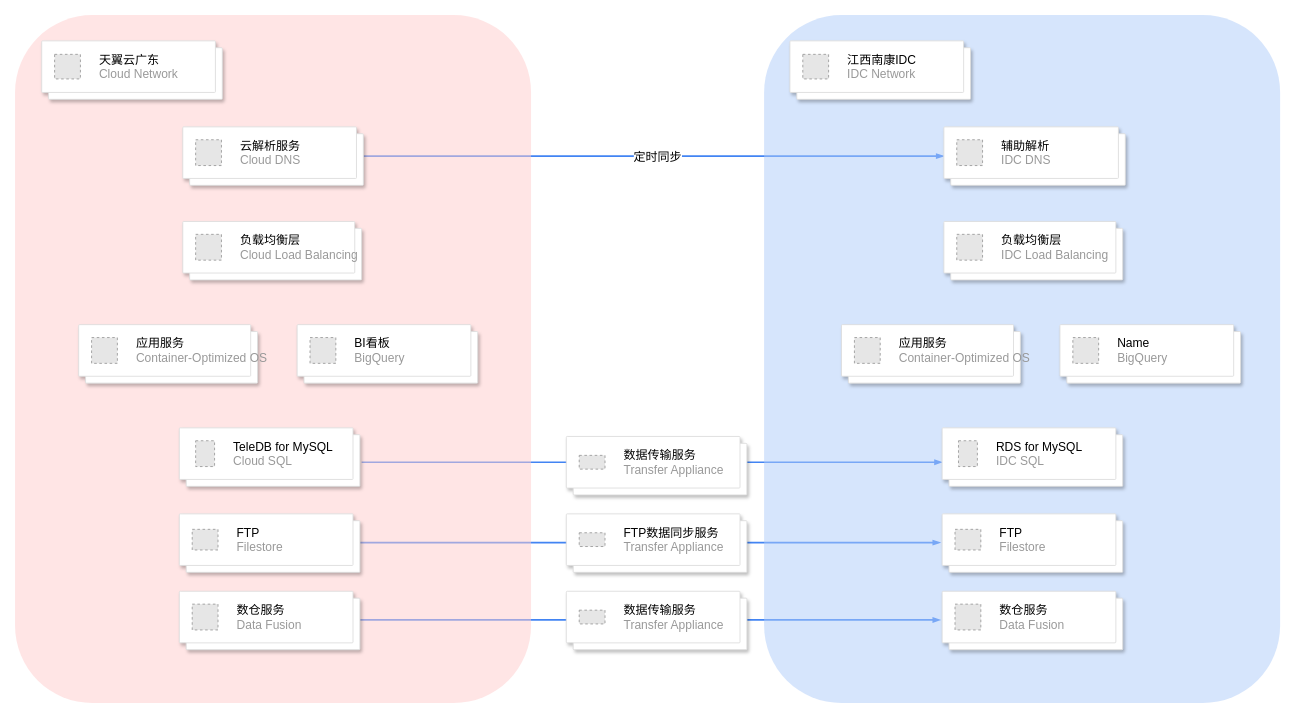
Before: page "第 1 页" (1 of 2) of 洋臣架构.drawio in MyselfblueKAMI/drawpub, a draw.io diagram. Source tidied: cells renumbered, new cells numbered last; positions are measured from the earlier drawing's top-left corner, leaving out a move shared by most shapes. Both pictures are drawn from the tidied source at 86%, with x=0, y=0 at pixel (15, 15). Pictures stored in the file or linked from it are replaced by grey dashed boxes.
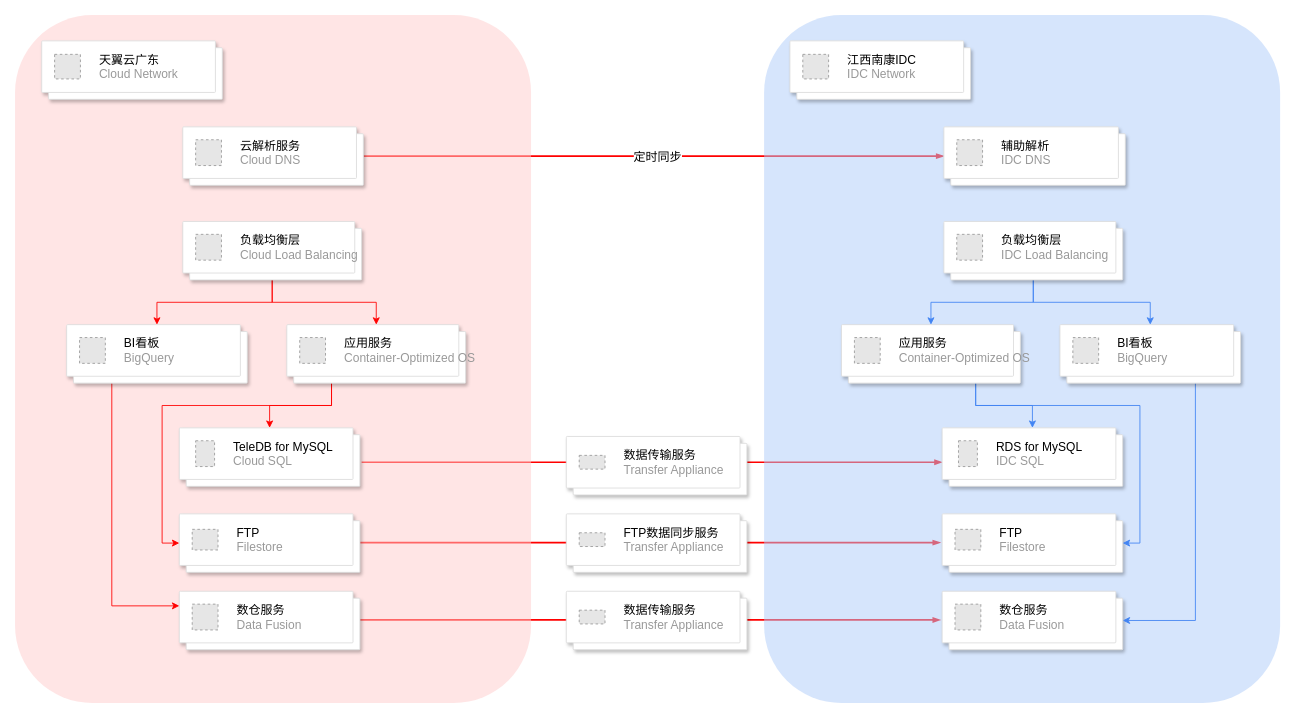
After the change.

Commit message (it also covers changes not shown here):
更新洋臣架构.drawio

Unchanged cells that the change refers to:
```xml
<mxCell id="2" style="group;" parent="1" vertex="1">
  <mxGeometry width="1471" height="800" as="geometry" />
</mxCell>
<mxCell id="10" style="shape=mxgraph.gcp2.doubleRect;fillColor=#ffffff;strokeColor=#dddddd;shadow=1;strokeWidth=1;rounded=1;absoluteArcSize=1;arcSize=2;fontSize=14;" parent="2" vertex="1">
  <mxGeometry x="195" y="130" width="210" height="68" as="geometry" />
</mxCell>
<mxCell id="14" style="shape=mxgraph.gcp2.doubleRect;fillColor=#ffffff;strokeColor=#dddddd;shadow=1;strokeWidth=1;rounded=1;absoluteArcSize=1;arcSize=2;fontSize=14;" parent="2" vertex="1">
  <mxGeometry x="195" y="240" width="208" height="68" as="geometry" />
</mxCell>
<mxCell id="16" style="shape=mxgraph.gcp2.doubleRect;fillColor=#ffffff;strokeColor=#dddddd;shadow=1;strokeWidth=1;rounded=1;absoluteArcSize=1;arcSize=2;fontSize=14;" parent="2" vertex="1">
  <mxGeometry x="191" y="480" width="210" height="68" as="geometry" />
</mxCell>
<mxCell id="18" style="shape=mxgraph.gcp2.doubleRect;fillColor=#ffffff;strokeColor=#dddddd;shadow=1;strokeWidth=1;rounded=1;absoluteArcSize=1;arcSize=2;fontSize=14;" parent="2" vertex="1">
  <mxGeometry x="191" y="580" width="210" height="68" as="geometry" />
</mxCell>
<mxCell id="22" style="shape=mxgraph.gcp2.doubleRect;fillColor=#ffffff;strokeColor=#dddddd;shadow=1;strokeWidth=1;rounded=1;absoluteArcSize=1;arcSize=2;fontSize=14;" parent="2" vertex="1">
  <mxGeometry x="191" y="670" width="210" height="68" as="geometry" />
</mxCell>
<mxCell id="28" style="shape=mxgraph.gcp2.doubleRect;fillColor=#ffffff;strokeColor=#dddddd;shadow=1;strokeWidth=1;rounded=1;absoluteArcSize=1;arcSize=2;fontSize=14;" parent="2" vertex="1">
  <mxGeometry x="1080" y="240" width="208" height="68" as="geometry" />
</mxCell>
<mxCell id="30" style="shape=mxgraph.gcp2.doubleRect;fillColor=#ffffff;strokeColor=#dddddd;shadow=1;strokeWidth=1;rounded=1;absoluteArcSize=1;arcSize=2;fontSize=14;" parent="2" vertex="1">
  <mxGeometry x="1078" y="480" width="210" height="68" as="geometry" />
</mxCell>
<mxCell id="32" style="shape=mxgraph.gcp2.doubleRect;fillColor=#ffffff;strokeColor=#dddddd;shadow=1;strokeWidth=1;rounded=1;absoluteArcSize=1;arcSize=2;fontSize=14;" parent="2" vertex="1">
  <mxGeometry x="1078" y="580" width="210" height="68" as="geometry" />
</mxCell>
<mxCell id="34" style="shape=mxgraph.gcp2.doubleRect;fillColor=#ffffff;strokeColor=#dddddd;shadow=1;strokeWidth=1;rounded=1;absoluteArcSize=1;arcSize=2;fontSize=14;" parent="2" vertex="1">
  <mxGeometry x="961" y="360" width="208" height="68" as="geometry" />
</mxCell>
<mxCell id="36" style="shape=mxgraph.gcp2.doubleRect;fillColor=#ffffff;strokeColor=#dddddd;shadow=1;strokeWidth=1;rounded=1;absoluteArcSize=1;arcSize=2;fontSize=14;" parent="2" vertex="1">
  <mxGeometry x="1078" y="670" width="210" height="68" as="geometry" />
</mxCell>
<mxCell id="38" style="shape=mxgraph.gcp2.doubleRect;fillColor=#ffffff;strokeColor=#dddddd;shadow=1;strokeWidth=1;rounded=1;absoluteArcSize=1;arcSize=2;fontSize=14;" parent="2" vertex="1">
  <mxGeometry x="1215" y="360" width="210" height="68" as="geometry" />
</mxCell>
<mxCell id="42" style="shape=mxgraph.gcp2.doubleRect;fillColor=#ffffff;strokeColor=#dddddd;shadow=1;strokeWidth=1;rounded=1;absoluteArcSize=1;arcSize=2;fontSize=14;" parent="2" vertex="1">
  <mxGeometry x="1080" y="130" width="211" height="68" as="geometry" />
</mxCell>
```

What changed in the source:
```diff
@@
-    <mxCell id="3" style="edgeStyle=orthogonalEdgeStyle;fontSize=14;html=1;endArrow=blockThin;endFill=1;rounded=0;strokeWidth=2;endSize=4;startSize=4;dashed=0;strokeColor=#4284F3;exitX=1;exitY=0.5;exitDx=0;exitDy=0;entryX=0;entryY=0.5;entryDx=0;entryDy=0;" parent="2" edge="1" source="10" target="42">
+    <mxCell id="3" style="edgeStyle=orthogonalEdgeStyle;fontSize=14;html=1;endArrow=blockThin;endFill=1;rounded=0;strokeWidth=2;endSize=4;startSize=4;dashed=0;strokeColor=#FF0000;exitX=1;exitY=0.5;exitDx=0;exitDy=0;entryX=0;entryY=0.5;entryDx=0;entryDy=0;" parent="2" edge="1" source="10" target="42">
       <mxGeometry relative="1" as="geometry" />
     </mxCell>
@@
-    <mxCell id="5" style="edgeStyle=orthogonalEdgeStyle;fontSize=14;html=1;endArrow=blockThin;endFill=1;rounded=0;strokeWidth=2;endSize=4;startSize=4;dashed=0;strokeColor=#4284F3;exitX=1;exitY=0.5;exitDx=0;exitDy=0;entryX=0;entryY=0.5;entryDx=0;entryDy=0;" parent="2" edge="1">
+    <mxCell id="5" style="edgeStyle=orthogonalEdgeStyle;fontSize=14;html=1;endArrow=blockThin;endFill=1;rounded=0;strokeWidth=2;endSize=4;startSize=4;dashed=0;strokeColor=#FF0000;exitX=1;exitY=0.5;exitDx=0;exitDy=0;entryX=0;entryY=0.5;entryDx=0;entryDy=0;" parent="2" edge="1">
       <mxGeometry relative="1" as="geometry">
         <mxPoint x="401" y="703.4" as="sourcePoint" />
         <mxPoint x="1076" y="703.4" as="targetPoint" />
       </mxGeometry>
     </mxCell>
-    <mxCell id="6" style="edgeStyle=orthogonalEdgeStyle;fontSize=14;html=1;endArrow=blockThin;endFill=1;rounded=0;strokeWidth=2;endSize=4;startSize=4;dashed=0;strokeColor=#4284F3;exitX=1;exitY=0.5;exitDx=0;exitDy=0;entryX=0;entryY=0.5;entryDx=0;entryDy=0;" parent="2" edge="1">
+    <mxCell id="6" style="edgeStyle=orthogonalEdgeStyle;fontSize=14;html=1;endArrow=blockThin;endFill=1;rounded=0;strokeWidth=2;endSize=4;startSize=4;dashed=0;strokeColor=#FF0000;exitX=1;exitY=0.5;exitDx=0;exitDy=0;entryX=0;entryY=0.5;entryDx=0;entryDy=0;" parent="2" edge="1">
       <mxGeometry relative="1" as="geometry">
         <mxPoint x="403" y="520" as="sourcePoint" />
         <mxPoint x="1078" y="520" as="targetPoint" />
       </mxGeometry>
     </mxCell>
-    <mxCell id="7" style="edgeStyle=orthogonalEdgeStyle;fontSize=14;html=1;endArrow=blockThin;endFill=1;rounded=0;strokeWidth=2;endSize=4;startSize=4;dashed=0;strokeColor=#4284F3;exitX=1;exitY=0.5;exitDx=0;exitDy=0;entryX=0;entryY=0.5;entryDx=0;entryDy=0;" parent="2" edge="1">
+    <mxCell id="7" style="edgeStyle=orthogonalEdgeStyle;fontSize=14;html=1;endArrow=blockThin;endFill=1;rounded=0;strokeWidth=2;endSize=4;startSize=4;dashed=0;strokeColor=#FF0000;exitX=1;exitY=0.5;exitDx=0;exitDy=0;entryX=0;entryY=0.5;entryDx=0;entryDy=0;" parent="2" edge="1">
       <mxGeometry relative="1" as="geometry">
         <mxPoint x="401" y="613.4" as="sourcePoint" />
         <mxPoint x="1076" y="613.4" as="targetPoint" />
       </mxGeometry>
     </mxCell>
@@
+    <mxCell id="48" style="edgeStyle=orthogonalEdgeStyle;shape=connector;rounded=0;jettySize=auto;html=1;exitX=0.5;exitY=1;exitDx=0;exitDy=0;entryX=0.5;entryY=0;entryDx=0;entryDy=0;strokeColor=#FF0000;align=center;verticalAlign=middle;fontFamily=Helvetica;fontSize=11;fontColor=default;labelBackgroundColor=default;endArrow=classic;fillColor=#b1ddf0;" parent="2" edge="1" source="14" target="24">
+      <mxGeometry relative="1" as="geometry" />
+    </mxCell>
+    <mxCell id="49" style="edgeStyle=orthogonalEdgeStyle;shape=connector;rounded=0;jettySize=auto;html=1;exitX=0.5;exitY=1;exitDx=0;exitDy=0;entryX=0.5;entryY=0;entryDx=0;entryDy=0;strokeColor=#FF0000;align=center;verticalAlign=middle;fontFamily=Helvetica;fontSize=11;fontColor=default;labelBackgroundColor=default;endArrow=classic;fillColor=#b1ddf0;" parent="2" edge="1" source="14" target="20">
+      <mxGeometry relative="1" as="geometry" />
+    </mxCell>
@@
+    <mxCell id="50" style="edgeStyle=orthogonalEdgeStyle;shape=connector;rounded=0;jettySize=auto;html=1;exitX=0.25;exitY=1;exitDx=0;exitDy=0;entryX=0.5;entryY=0;entryDx=0;entryDy=0;strokeColor=#FF0000;align=center;verticalAlign=middle;fontFamily=Helvetica;fontSize=11;fontColor=default;labelBackgroundColor=default;endArrow=classic;fillColor=#b1ddf0;" parent="2" edge="1" source="20" target="16">
+      <mxGeometry relative="1" as="geometry" />
+    </mxCell>
+    <mxCell id="51" style="edgeStyle=orthogonalEdgeStyle;shape=connector;rounded=0;jettySize=auto;html=1;exitX=0.25;exitY=1;exitDx=0;exitDy=0;entryX=0;entryY=0.5;entryDx=0;entryDy=0;strokeColor=#FF0000;align=center;verticalAlign=middle;fontFamily=Helvetica;fontSize=11;fontColor=default;labelBackgroundColor=default;endArrow=classic;fillColor=#b1ddf0;" parent="2" edge="1" source="20" target="18">
+      <mxGeometry relative="1" as="geometry">
+        <Array as="points">
+          <mxPoint x="368" y="454" />
+          <mxPoint x="171" y="454" />
+          <mxPoint x="171" y="614" />
+        </Array>
+      </mxGeometry>
+    </mxCell>
     <mxCell id="20" style="shape=mxgraph.gcp2.doubleRect;fillColor=#ffffff;strokeColor=#dddddd;shadow=1;strokeWidth=1;rounded=1;absoluteArcSize=1;arcSize=2;fontSize=14;" parent="2" vertex="1">
-      <mxGeometry x="74" y="360" width="208" height="68" as="geometry" />
+      <mxGeometry x="316" y="360" width="208" height="68" as="geometry" />
     </mxCell>
@@
+    <mxCell id="52" style="edgeStyle=orthogonalEdgeStyle;shape=connector;rounded=0;jettySize=auto;html=1;exitX=0.25;exitY=1;exitDx=0;exitDy=0;entryX=0;entryY=0.25;entryDx=0;entryDy=0;strokeColor=#FF0000;align=center;verticalAlign=middle;fontFamily=Helvetica;fontSize=11;fontColor=default;labelBackgroundColor=default;endArrow=classic;fillColor=#b1ddf0;" parent="2" edge="1" source="24" target="22">
+      <mxGeometry relative="1" as="geometry" />
+    </mxCell>
     <mxCell id="24" style="shape=mxgraph.gcp2.doubleRect;fillColor=#ffffff;strokeColor=#dddddd;shadow=1;strokeWidth=1;rounded=1;absoluteArcSize=1;arcSize=2;fontSize=14;" parent="2" vertex="1">
-      <mxGeometry x="328" y="360" width="210" height="68" as="geometry" />
+      <mxGeometry x="60" y="360" width="210" height="68" as="geometry" />
     </mxCell>
@@
+    <mxCell id="53" style="edgeStyle=orthogonalEdgeStyle;shape=connector;rounded=0;jettySize=auto;html=1;exitX=0.5;exitY=1;exitDx=0;exitDy=0;entryX=0.5;entryY=0;entryDx=0;entryDy=0;strokeColor=#4284F3;align=center;verticalAlign=middle;fontFamily=Helvetica;fontSize=11;fontColor=default;labelBackgroundColor=default;endArrow=classic;fillColor=#b1ddf0;" parent="2" edge="1" source="28" target="34">
+      <mxGeometry relative="1" as="geometry" />
+    </mxCell>
+    <mxCell id="54" style="edgeStyle=orthogonalEdgeStyle;shape=connector;rounded=0;jettySize=auto;html=1;exitX=0.5;exitY=1;exitDx=0;exitDy=0;entryX=0.5;entryY=0;entryDx=0;entryDy=0;strokeColor=#4284F3;align=center;verticalAlign=middle;fontFamily=Helvetica;fontSize=11;fontColor=default;labelBackgroundColor=default;endArrow=classic;fillColor=#b1ddf0;" parent="2" edge="1" source="28" target="38">
+      <mxGeometry relative="1" as="geometry" />
+    </mxCell>
@@
+    <mxCell id="55" style="edgeStyle=orthogonalEdgeStyle;shape=connector;rounded=0;jettySize=auto;html=1;exitX=0.75;exitY=1;exitDx=0;exitDy=0;entryX=0.5;entryY=0;entryDx=0;entryDy=0;strokeColor=#4284F3;align=center;verticalAlign=middle;fontFamily=Helvetica;fontSize=11;fontColor=default;labelBackgroundColor=default;endArrow=classic;fillColor=#b1ddf0;" parent="2" edge="1" source="34" target="30">
+      <mxGeometry relative="1" as="geometry" />
+    </mxCell>
+    <mxCell id="56" style="edgeStyle=orthogonalEdgeStyle;shape=connector;rounded=0;jettySize=auto;html=1;exitX=0.75;exitY=1;exitDx=0;exitDy=0;entryX=1;entryY=0.5;entryDx=0;entryDy=0;strokeColor=#4284F3;align=center;verticalAlign=middle;fontFamily=Helvetica;fontSize=11;fontColor=default;labelBackgroundColor=default;endArrow=classic;fillColor=#b1ddf0;" parent="2" edge="1" source="34" target="32">
+      <mxGeometry relative="1" as="geometry">
+        <Array as="points">
+          <mxPoint x="1117" y="454" />
+          <mxPoint x="1308" y="454" />
+          <mxPoint x="1308" y="614" />
+        </Array>
+      </mxGeometry>
+    </mxCell>
@@
+    <mxCell id="57" style="edgeStyle=orthogonalEdgeStyle;shape=connector;rounded=0;jettySize=auto;html=1;exitX=0.75;exitY=1;exitDx=0;exitDy=0;entryX=1;entryY=0.5;entryDx=0;entryDy=0;strokeColor=#4284F3;align=center;verticalAlign=middle;fontFamily=Helvetica;fontSize=11;fontColor=default;labelBackgroundColor=default;endArrow=classic;fillColor=#b1ddf0;" parent="2" edge="1" source="38" target="36">
+      <mxGeometry relative="1" as="geometry" />
+    </mxCell>
@@
-    <mxCell id="39" value="&lt;font color=&quot;#000000&quot;&gt;Name&lt;/font&gt;&lt;br&gt;BigQuery" style="fillColor=#E6E6E6;strokeColor=#999999;dashed=1;html=1;fontColor=#999999;verticalLabelPosition=middle;verticalAlign=middle;labelPosition=right;align=left;spacingLeft=20;fontSize=14;" parent="38" vertex="1">
+    <mxCell id="39" value="&lt;font color=&quot;#000000&quot;&gt;BI看板&lt;/font&gt;&lt;br&gt;BigQuery" style="fillColor=#E6E6E6;strokeColor=#999999;dashed=1;html=1;fontColor=#999999;verticalLabelPosition=middle;verticalAlign=middle;labelPosition=right;align=left;spacingLeft=20;fontSize=14;" parent="38" vertex="1">
       <mxGeometry width="30" height="30" relative="1" as="geometry">
         <mxPoint x="15" y="15" as="offset" />
       </mxGeometry>
     </mxCell>
```
